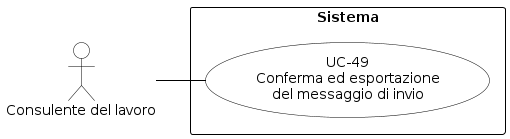
Above: RTB/Analisi dei Requisiti/diagrammi_use_case/UC-49.png in aLittleByte-19/Documentazione (PlantUML), before the change.
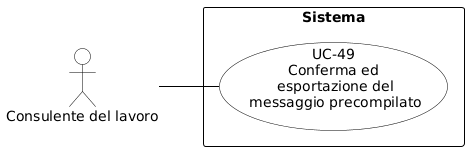
After the change.

Change to the diagram source:
```diff
@@ -2,8 +2,8 @@
 skinparam shadowing false
 skinparam defaultFontName Arial
 left to right direction
-skinparam nodesep 15
-skinparam ranksep 50
+skinparam nodesep 20
+skinparam ranksep 60
 
 skinparam usecase {
     BackgroundColor white
@@ -22,7 +22,8 @@
 actor "Consulente del lavoro" as CL
 
 rectangle "Sistema" {
-    usecase "UC-49\nConferma ed esportazione\ndel messaggio di invio" as UC49
+    usecase "UC-49\nConferma ed\n esportazione del\n messaggio precompilato" as UC49
+
 }
 
 CL -- UC49
```
